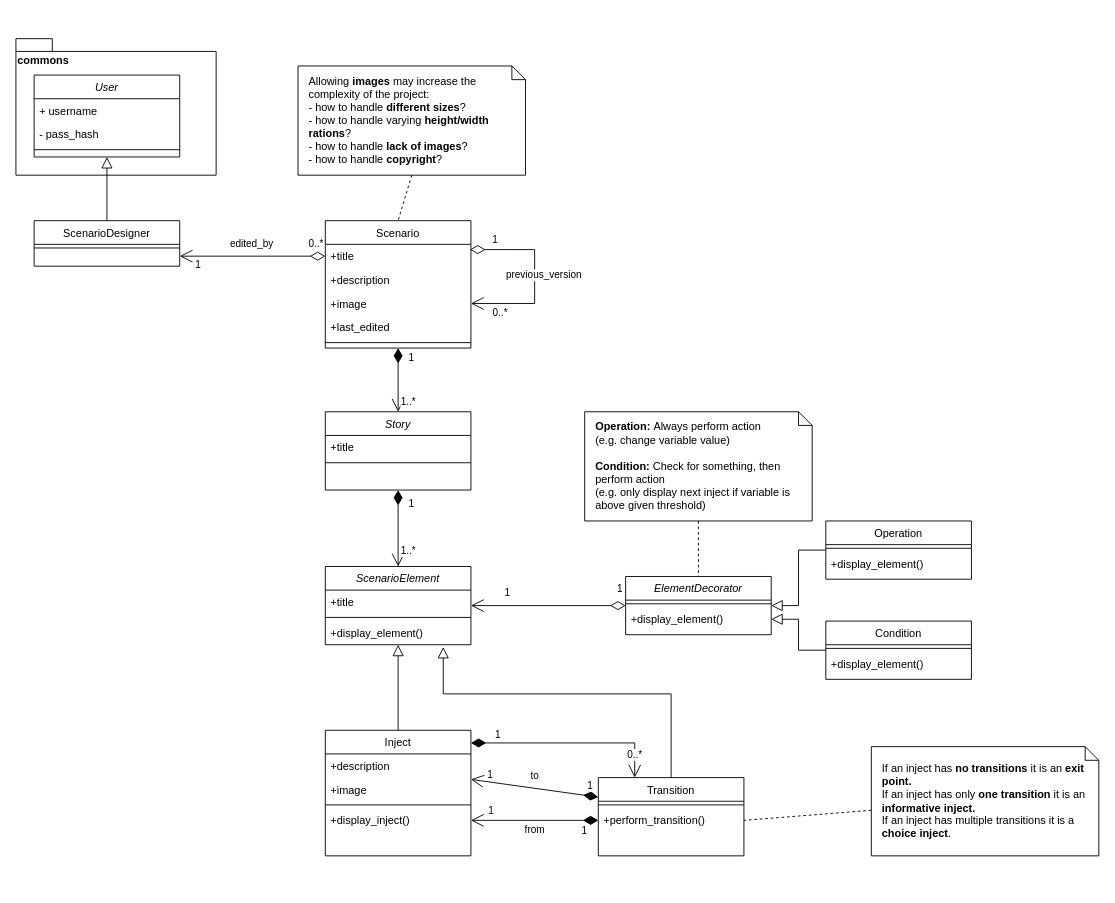
Elias-Ladenburger/CSEP keeps this draw.io diagram as page "Scenario_Design" (2 of 4) of artefacts/diagrams/class diagram.drawio. Above is the earlier version. Source tidied: cells renumbered, new cells numbered last; positions are measured from the earlier drawing's top-left corner, leaving out a move shared by most shapes. Both pictures are drawn from the tidied source at 91%, with x=0, y=0 at pixel (15, 38).
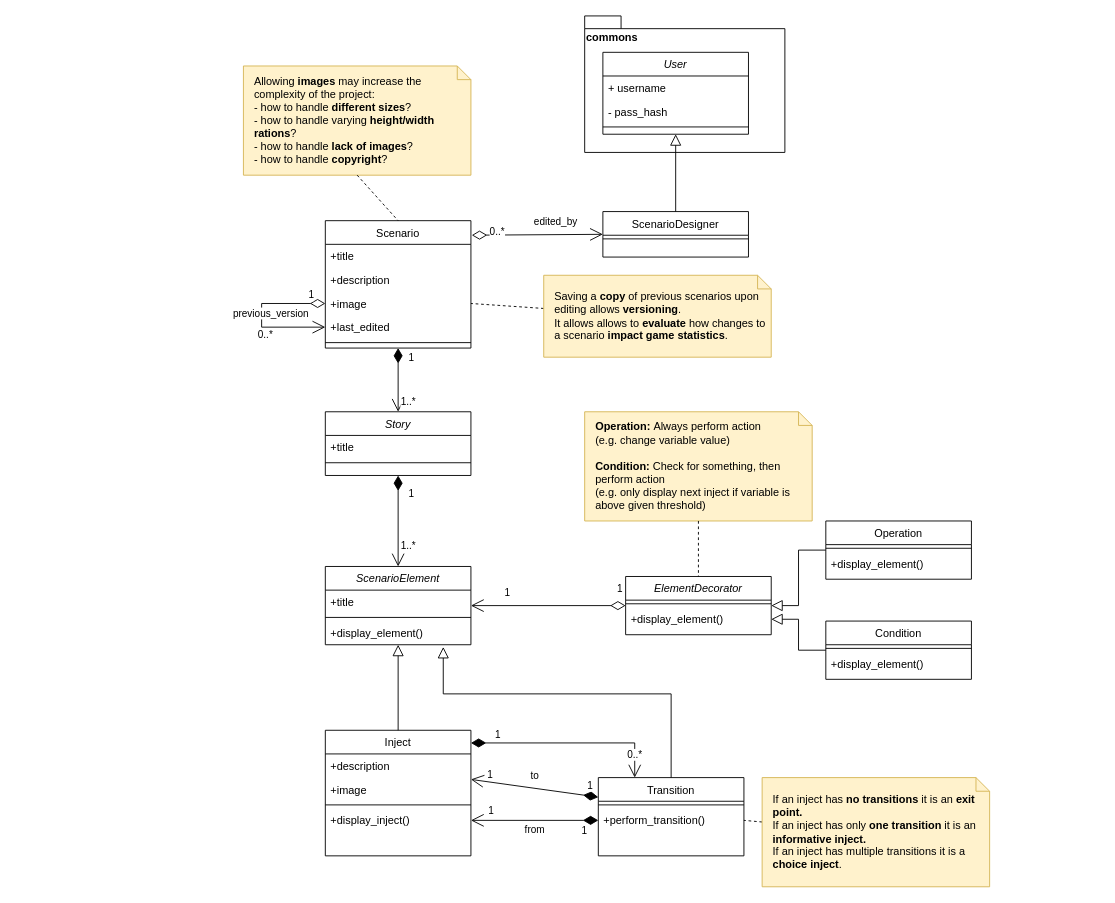
After the change.

Commit message (it also covers changes not shown here):
Add administrative view and game view to class diagram

Unchanged cells that the change refers to:
```xml
<mxCell id="2" value="Scenario" style="swimlane;fontStyle=0;align=center;verticalAlign=top;horizontal=1;startSize=26;rounded=0;shadow=0;strokeWidth=1;" parent="1" vertex="1">
  <mxGeometry x="340" y="200" width="160" height="140" as="geometry" />
</mxCell>
<mxCell id="3" value="+title" style="text;align=left;verticalAlign=top;spacingLeft=4;spacingRight=4;overflow=hidden;points=[[0,0.5],[1,0.5]];portConstraint=eastwest;" parent="2" vertex="1">
  <mxGeometry y="26" width="160" height="26" as="geometry" />
</mxCell>
<mxCell id="5" value="+image" style="text;align=left;verticalAlign=top;spacingLeft=4;spacingRight=4;overflow=hidden;points=[[0,0.5],[1,0.5]];portConstraint=eastwest;rounded=0;shadow=0;html=0;" parent="2" vertex="1">
  <mxGeometry y="78" width="160" height="26" as="geometry" />
</mxCell>
<mxCell id="6" value="+last_edited" style="text;align=left;verticalAlign=top;spacingLeft=4;spacingRight=4;overflow=hidden;points=[[0,0.5],[1,0.5]];portConstraint=eastwest;rounded=0;shadow=0;html=0;" parent="2" vertex="1">
  <mxGeometry y="104" width="160" height="26" as="geometry" />
</mxCell>
```

What changed in the source:
```diff
@@
-    <mxCell id="8" value="1" style="endArrow=open;html=1;endSize=12;startArrow=diamondThin;startSize=14;startFill=0;align=left;verticalAlign=bottom;entryX=1;entryY=0.5;entryDx=0;entryDy=0;rounded=0;exitX=0.994;exitY=0.222;exitDx=0;exitDy=0;exitPerimeter=0;edgeStyle=orthogonalEdgeStyle;" parent="2" edge="1" source="3" target="5">
-      <mxGeometry x="-0.78" y="2" relative="1" as="geometry">
+    <mxCell id="8" value="1" style="endArrow=open;html=1;endSize=12;startArrow=diamondThin;startSize=14;startFill=0;align=left;verticalAlign=bottom;entryX=0;entryY=0.5;entryDx=0;entryDy=0;rounded=0;exitX=0;exitY=0.5;exitDx=0;exitDy=0;edgeStyle=orthogonalEdgeStyle;" parent="2" edge="1" source="5" target="6">
+      <mxGeometry x="-0.76" relative="1" as="geometry">
         <Array as="points">
-          <mxPoint x="230" y="32" />
-          <mxPoint x="230" y="91" />
+          <mxPoint x="-70" y="91" />
+          <mxPoint x="-70" y="117" />
         </Array>
-        <mxPoint x="1" as="offset" />
       </mxGeometry>
     </mxCell>
@@
-    <mxCell id="33" value="&lt;div&gt;Allowing &lt;b&gt;images &lt;/b&gt;may increase the complexity of the project:&lt;/div&gt;&lt;div&gt;- how to handle &lt;b&gt;different sizes&lt;/b&gt;?&lt;/div&gt;&lt;div&gt;- how to handle varying &lt;b&gt;height/width rations&lt;/b&gt;?&lt;br&gt;&lt;/div&gt;&lt;div&gt;- how to handle &lt;b&gt;lack of images&lt;/b&gt;?&lt;br&gt;&lt;/div&gt;&lt;div&gt;- how to handle &lt;b&gt;copyright&lt;/b&gt;?&lt;br&gt;&lt;/div&gt;" style="shape=note;size=15;align=left;spacingLeft=10;html=1;whiteSpace=wrap;" parent="1" vertex="1">
-      <mxGeometry x="310" y="30" width="250" height="120" as="geometry" />
+    <mxCell id="33" value="&lt;div&gt;Allowing &lt;b&gt;images &lt;/b&gt;may increase the complexity of the project:&lt;/div&gt;&lt;div&gt;- how to handle &lt;b&gt;different sizes&lt;/b&gt;?&lt;/div&gt;&lt;div&gt;- how to handle varying &lt;b&gt;height/width rations&lt;/b&gt;?&lt;br&gt;&lt;/div&gt;&lt;div&gt;- how to handle &lt;b&gt;lack of images&lt;/b&gt;?&lt;br&gt;&lt;/div&gt;&lt;div&gt;- how to handle &lt;b&gt;copyright&lt;/b&gt;?&lt;br&gt;&lt;/div&gt;" style="shape=note;size=15;align=left;spacingLeft=10;html=1;whiteSpace=wrap;fillColor=#fff2cc;strokeColor=#d6b656;" parent="1" vertex="1">
+      <mxGeometry x="250" y="30" width="250" height="120" as="geometry" />
     </mxCell>
@@
-    <mxCell id="51" value="&lt;div&gt;&lt;b&gt;Operation: &lt;/b&gt;Always perform action&lt;br&gt;(e.g. change variable value)&lt;br&gt;&lt;/div&gt;&lt;div&gt;&lt;br&gt;&lt;/div&gt;&lt;div&gt;&lt;b&gt;Condition:&lt;/b&gt; Check for something, then perform action &lt;br&gt;(e.g. only display next inject if variable is above given threshold)&lt;br&gt;&lt;/div&gt;&lt;b&gt;&lt;/b&gt;" style="shape=note;size=15;align=left;spacingLeft=10;html=1;whiteSpace=wrap;" parent="1" vertex="1">
+    <mxCell id="51" value="&lt;div&gt;&lt;b&gt;Operation: &lt;/b&gt;Always perform action&lt;br&gt;(e.g. change variable value)&lt;br&gt;&lt;/div&gt;&lt;div&gt;&lt;br&gt;&lt;/div&gt;&lt;div&gt;&lt;b&gt;Condition:&lt;/b&gt; Check for something, then perform action &lt;br&gt;(e.g. only display next inject if variable is above given threshold)&lt;br&gt;&lt;/div&gt;&lt;b&gt;&lt;/b&gt;" style="shape=note;size=15;align=left;spacingLeft=10;html=1;whiteSpace=wrap;fillColor=#fff2cc;strokeColor=#d6b656;" parent="1" vertex="1">
       <mxGeometry x="625" y="410" width="250" height="120" as="geometry" />
     </mxCell>
@@
     <mxCell id="53" value="Story" style="swimlane;fontStyle=2;align=center;verticalAlign=top;horizontal=1;startSize=26;rounded=0;shadow=0;strokeWidth=1;" parent="1" vertex="1">
-      <mxGeometry x="340" y="410" width="160" height="86" as="geometry" />
+      <mxGeometry x="340" y="410" width="160" height="70" as="geometry" />
     </mxCell>
@@
     <mxCell id="58" value="ScenarioDesigner" style="swimlane;fontStyle=0;align=center;verticalAlign=top;horizontal=1;startSize=26;rounded=0;shadow=0;strokeWidth=1;" parent="1" vertex="1">
-      <mxGeometry x="20" y="200" width="160" height="50" as="geometry" />
+      <mxGeometry x="645" y="190" width="160" height="50" as="geometry" />
     </mxCell>
@@
     <mxCell id="60" value="commons" style="shape=folder;fontStyle=1;spacingTop=10;tabWidth=40;tabHeight=14;tabPosition=left;html=1;verticalAlign=top;align=left;" parent="1" vertex="1">
-      <mxGeometry width="220" height="150" as="geometry" />
+      <mxGeometry x="625" y="-25" width="220" height="150" as="geometry" />
     </mxCell>
@@
     <mxCell id="62" value="User" style="swimlane;fontStyle=2;align=center;verticalAlign=top;horizontal=1;startSize=26;rounded=0;shadow=0;strokeWidth=1;" parent="1" vertex="1">
-      <mxGeometry x="20" y="40" width="160" height="90" as="geometry" />
+      <mxGeometry x="645" y="15" width="160" height="90" as="geometry" />
     </mxCell>
@@
-    <mxCell id="66" value="0..*" style="endArrow=open;html=1;endSize=12;startArrow=diamondThin;startSize=14;startFill=0;align=left;verticalAlign=bottom;entryX=1;entryY=0.5;entryDx=0;entryDy=0;rounded=0;exitX=0;exitY=0.5;exitDx=0;exitDy=0;" parent="1" edge="1" source="3">
-      <mxGeometry x="-0.75" y="-5" relative="1" as="geometry">
-        <mxPoint x="180" y="239" as="targetPoint" />
-      </mxGeometry>
+    <mxCell id="66" value="0..*" style="endArrow=open;html=1;endSize=12;startArrow=diamondThin;startSize=14;startFill=0;align=left;verticalAlign=bottom;entryX=0;entryY=0.5;entryDx=0;entryDy=0;rounded=0;exitX=1.006;exitY=0.114;exitDx=0;exitDy=0;exitPerimeter=0;" parent="1" edge="1" source="2" target="58">
+      <mxGeometry x="-0.75" y="-5" relative="1" as="geometry" />
     </mxCell>
-    <mxCell id="67" value="1" style="edgeLabel;html=1;align=center;verticalAlign=middle;" parent="66" vertex="1">
-      <mxGeometry x="0.47" y="1" relative="1" as="geometry">
-        <mxPoint x="-22.1" y="8" as="offset" />
-      </mxGeometry>
-    </mxCell>
@@
-    <mxCell id="70" value="&lt;div&gt;If an inject has &lt;b&gt;no transitions&lt;/b&gt; it is an &lt;b&gt;exit point.&lt;/b&gt;&lt;/div&gt;&lt;div&gt;If an inject has only &lt;b&gt;one transition &lt;/b&gt;it is an &lt;b&gt;informative inject.&lt;/b&gt;&lt;/div&gt;&lt;div&gt;If an inject has multiple transitions it is a &lt;b&gt;choice inject&lt;/b&gt;.&lt;br&gt;&lt;b&gt;&lt;/b&gt;&lt;/div&gt;" style="shape=note;size=15;align=left;spacingLeft=10;html=1;whiteSpace=wrap;" parent="1" vertex="1">
-      <mxGeometry x="940" y="778" width="250" height="120" as="geometry" />
+    <mxCell id="70" value="&lt;div&gt;If an inject has &lt;b&gt;no transitions&lt;/b&gt; it is an &lt;b&gt;exit point.&lt;/b&gt;&lt;/div&gt;&lt;div&gt;If an inject has only &lt;b&gt;one transition &lt;/b&gt;it is an &lt;b&gt;informative inject.&lt;/b&gt;&lt;/div&gt;&lt;div&gt;If an inject has multiple transitions it is a &lt;b&gt;choice inject&lt;/b&gt;.&lt;br&gt;&lt;b&gt;&lt;/b&gt;&lt;/div&gt;" style="shape=note;size=15;align=left;spacingLeft=10;html=1;whiteSpace=wrap;fillColor=#fff2cc;strokeColor=#d6b656;" parent="1" vertex="1">
+      <mxGeometry x="820" y="812" width="250" height="120" as="geometry" />
     </mxCell>
+    <mxCell id="71" style="edgeStyle=none;rounded=0;jettySize=auto;html=1;startArrow=none;startFill=0;endArrow=none;endFill=0;dashed=1;entryX=1;entryY=0.5;entryDx=0;entryDy=0;" parent="1" edge="1" source="72" target="5">
+      <mxGeometry relative="1" as="geometry" />
+    </mxCell>
+    <mxCell id="72" value="&lt;div&gt;Saving a &lt;b&gt;copy&lt;/b&gt; of previous scenarios upon editing allows &lt;b&gt;versioning&lt;/b&gt;. &lt;br&gt;&lt;/div&gt;&lt;div&gt;It allows allows to &lt;b&gt;evaluate&lt;/b&gt; how changes to a scenario &lt;b&gt;impact game statistics&lt;/b&gt;.&lt;/div&gt;" style="shape=note;size=15;align=left;spacingLeft=10;html=1;whiteSpace=wrap;fillColor=#fff2cc;strokeColor=#d6b656;" parent="1" vertex="1">
+      <mxGeometry x="580" y="260" width="250" height="90" as="geometry" />
+    </mxCell>
```
